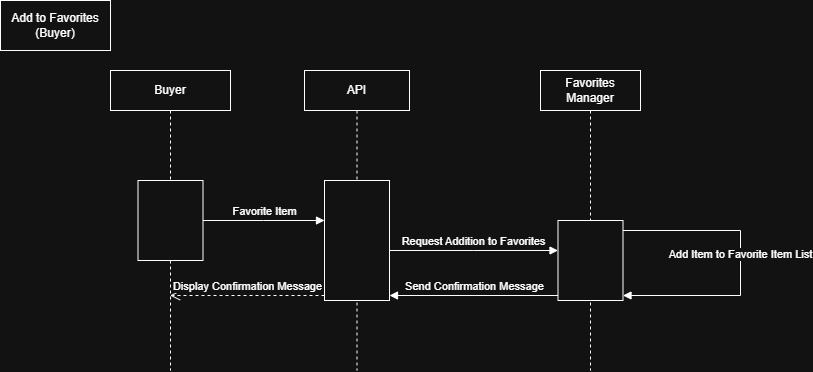
puckblocker/PokePacker keeps this draw.io diagram as BraydenDiagrams/SequenceDiagram3.png. Above is the earlier version. Source tidied: cells renumbered, new cells last; positions are measured from the earlier drawing's top-left corner, leaving out a move shared by most shapes.
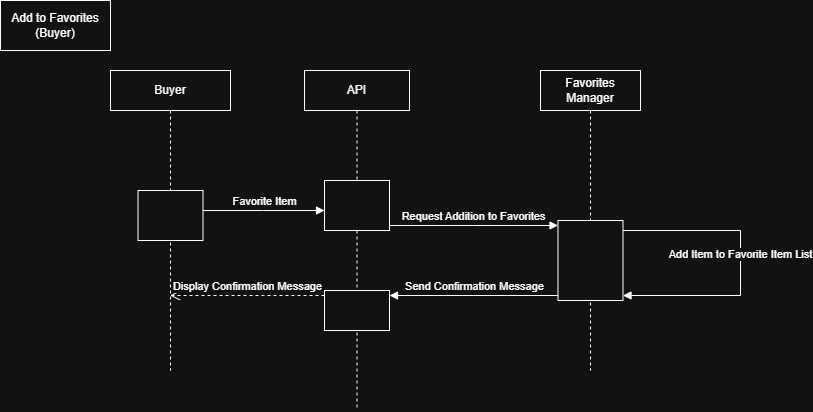
The same file after the commit.

Commit message:
Updated Sequence Diagrams

Change to the diagram source:
```diff
@@ -6,7 +6,7 @@
       <mxGeometry x="110" y="70" width="120" height="300" as="geometry" />
     </mxCell>
     <mxCell id="3" style="html=1;points=[[0,0,0,0,5],[0,1,0,0,-5],[1,0,0,0,5],[1,1,0,0,-5]];perimeter=orthogonalPerimeter;outlineConnect=0;targetShapes=umlLifeline;portConstraint=eastwest;newEdgeStyle={&quot;edgeStyle&quot;:&quot;sequenceEdgeStyle&quot;,&quot;libavoidRouting&quot;:0,&quot;curved&quot;:0,&quot;rounded&quot;:0};" parent="2" vertex="1">
-      <mxGeometry x="27.5" y="110" width="65" height="80" as="geometry" />
+      <mxGeometry x="27.5" y="120" width="65" height="50" as="geometry" />
     </mxCell>
     <mxCell id="4" value="Favorites Manager" style="shape=umlLifeline;perimeter=lifelinePerimeter;whiteSpace=wrap;html=1;newEdgeStyle={&quot;edgeStyle&quot;:&quot;sequenceEdgeStyle&quot;,&quot;libavoidRouting&quot;:0,&quot;curved&quot;:0,&quot;rounded&quot;:0};" parent="1" vertex="1">
       <mxGeometry x="540" y="70" width="100" height="300" as="geometry" />
@@ -25,27 +25,31 @@
     <mxCell id="7" value="&lt;div&gt;Add to Favorites (Buyer)&lt;/div&gt;" style="html=1;whiteSpace=wrap;" parent="1" vertex="1">
       <mxGeometry width="110" height="50" as="geometry" />
     </mxCell>
-    <mxCell id="8" value="Favorite Item" style="html=1;verticalAlign=bottom;endArrow=block;edgeStyle=sequenceEdgeStyle;libavoidRouting=0;curved=0;rounded=0;exitX=1;exitY=0;exitDx=0;exitDy=40;exitPerimeter=0;" parent="1" edge="1" source="3" target="14">
-      <mxGeometry relative="1" as="geometry" />
+    <mxCell id="8" value="Favorite Item" style="html=1;verticalAlign=bottom;endArrow=block;edgeStyle=sequenceEdgeStyle;libavoidRouting=0;curved=0;rounded=0;exitX=1;exitY=0;exitDx=0;exitDy=20;exitPerimeter=0;" parent="1" edge="1" source="3" target="14">
+      <mxGeometry relative="1" as="geometry">
+        <Array as="points">
+          <mxPoint x="270" y="210" />
+        </Array>
+      </mxGeometry>
     </mxCell>
-    <mxCell id="9" value="Request Addition to Favorites" style="html=1;verticalAlign=bottom;endArrow=block;edgeStyle=sequenceEdgeStyle;libavoidRouting=0;curved=0;rounded=0;exitX=1;exitY=0;exitDx=0;exitDy=70;exitPerimeter=0;" parent="1" edge="1" source="14" target="5">
+    <mxCell id="9" value="Request Addition to Favorites" style="html=1;verticalAlign=bottom;endArrow=block;edgeStyle=sequenceEdgeStyle;libavoidRouting=0;curved=0;rounded=0;exitX=1;exitY=1;exitDx=0;exitDy=-5;exitPerimeter=0;" parent="1" edge="1" source="14" target="5">
       <mxGeometry relative="1" as="geometry">
         <Array as="points">
-          <mxPoint x="450" y="250" />
+          <mxPoint x="456.8" y="250" />
         </Array>
       </mxGeometry>
     </mxCell>
-    <mxCell id="10" value="Send Confirmation Message" style="html=1;verticalAlign=bottom;endArrow=block;edgeStyle=sequenceEdgeStyle;libavoidRouting=0;curved=0;rounded=0;entryX=1;entryY=1;entryDx=0;entryDy=-5;entryPerimeter=0;exitX=0;exitY=1;exitDx=0;exitDy=-5;exitPerimeter=0;" parent="1" edge="1" source="5" target="14">
+    <mxCell id="10" value="Send Confirmation Message" style="html=1;verticalAlign=bottom;endArrow=block;edgeStyle=sequenceEdgeStyle;libavoidRouting=0;curved=0;rounded=0;entryX=1;entryY=0;entryDx=0;entryDy=5;entryPerimeter=0;exitX=0;exitY=1;exitDx=0;exitDy=-5;exitPerimeter=0;" parent="1" edge="1" source="5" target="15">
       <mxGeometry relative="1" as="geometry">
         <Array as="points">
-          <mxPoint x="338.5" y="295" />
+          <mxPoint x="473.2" y="295" />
         </Array>
       </mxGeometry>
     </mxCell>
-    <mxCell id="11" value="Display Confirmation Message" style="html=1;verticalAlign=bottom;endArrow=open;dashed=1;endSize=8;edgeStyle=sequenceEdgeStyle;libavoidRouting=0;curved=0;rounded=0;exitX=0;exitY=1;exitDx=0;exitDy=-5;exitPerimeter=0;" parent="1" edge="1" source="14" target="2">
+    <mxCell id="11" value="Display Confirmation Message" style="html=1;verticalAlign=bottom;endArrow=open;dashed=1;endSize=8;edgeStyle=sequenceEdgeStyle;libavoidRouting=0;curved=0;rounded=0;" parent="1" edge="1" source="15" target="2">
       <mxGeometry relative="1" as="geometry">
         <Array as="points">
-          <mxPoint x="379.8" y="320" />
+          <mxPoint x="246.8" y="295" />
         </Array>
       </mxGeometry>
     </mxCell>
@@ -55,10 +59,13 @@
       </mxGeometry>
     </mxCell>
     <mxCell id="13" value="API" style="shape=umlLifeline;perimeter=lifelinePerimeter;whiteSpace=wrap;html=1;outlineConnect=0;portConstraint=eastwest;newEdgeStyle={&quot;edgeStyle&quot;:&quot;sequenceEdgeStyle&quot;,&quot;libavoidRouting&quot;:0,&quot;curved&quot;:0,&quot;rounded&quot;:0};" parent="1" vertex="1">
-      <mxGeometry x="304" y="70" width="105" height="300" as="geometry" />
+      <mxGeometry x="304" y="70" width="105" height="340" as="geometry" />
     </mxCell>
     <mxCell id="14" style="html=1;points=[[0,0,0,0,5],[0,1,0,0,-5],[1,0,0,0,5],[1,1,0,0,-5]];perimeter=orthogonalPerimeter;outlineConnect=0;targetShapes=umlLifeline;portConstraint=eastwest;newEdgeStyle={&quot;edgeStyle&quot;:&quot;sequenceEdgeStyle&quot;,&quot;libavoidRouting&quot;:0,&quot;curved&quot;:0,&quot;rounded&quot;:0};" parent="13" vertex="1">
-      <mxGeometry x="20" y="110" width="65" height="120" as="geometry" />
+      <mxGeometry x="20" y="110" width="65" height="50" as="geometry" />
     </mxCell>
+    <mxCell id="15" style="html=1;points=[[0,0,0,0,5],[0,1,0,0,-5],[1,0,0,0,5],[1,1,0,0,-5]];perimeter=orthogonalPerimeter;outlineConnect=0;targetShapes=umlLifeline;portConstraint=eastwest;newEdgeStyle={&quot;edgeStyle&quot;:&quot;sequenceEdgeStyle&quot;,&quot;libavoidRouting&quot;:0,&quot;curved&quot;:0,&quot;rounded&quot;:0};" parent="13" vertex="1">
+      <mxGeometry x="20" y="220" width="65" height="40" as="geometry" />
+    </mxCell>
   </root>
 </mxGraphModel>
```
